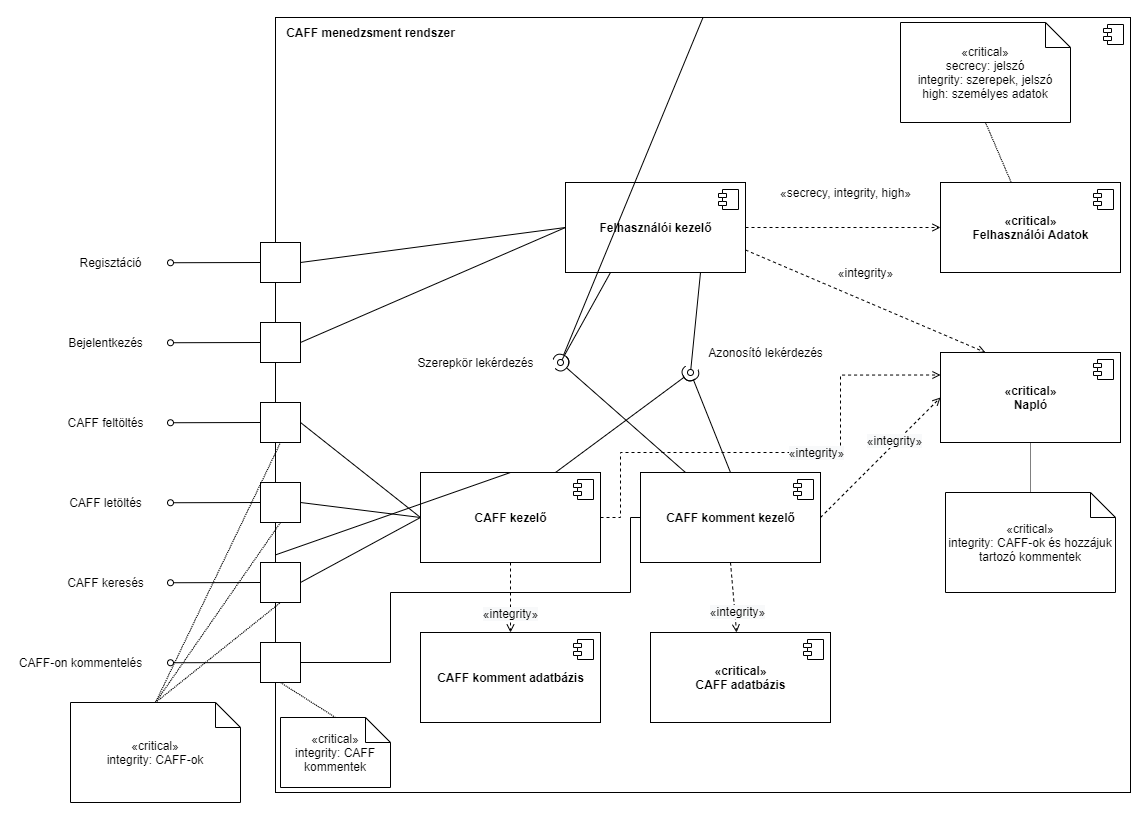
Earlier version of the draw.io export plans/komponensDiagUMLKiterjesztes.drawio.png (zuper1998/SzamBiztHF). Source tidied: cells renumbered, new cells last; positions are measured from the earlier drawing's top-left corner, leaving out a move shared by most shapes.
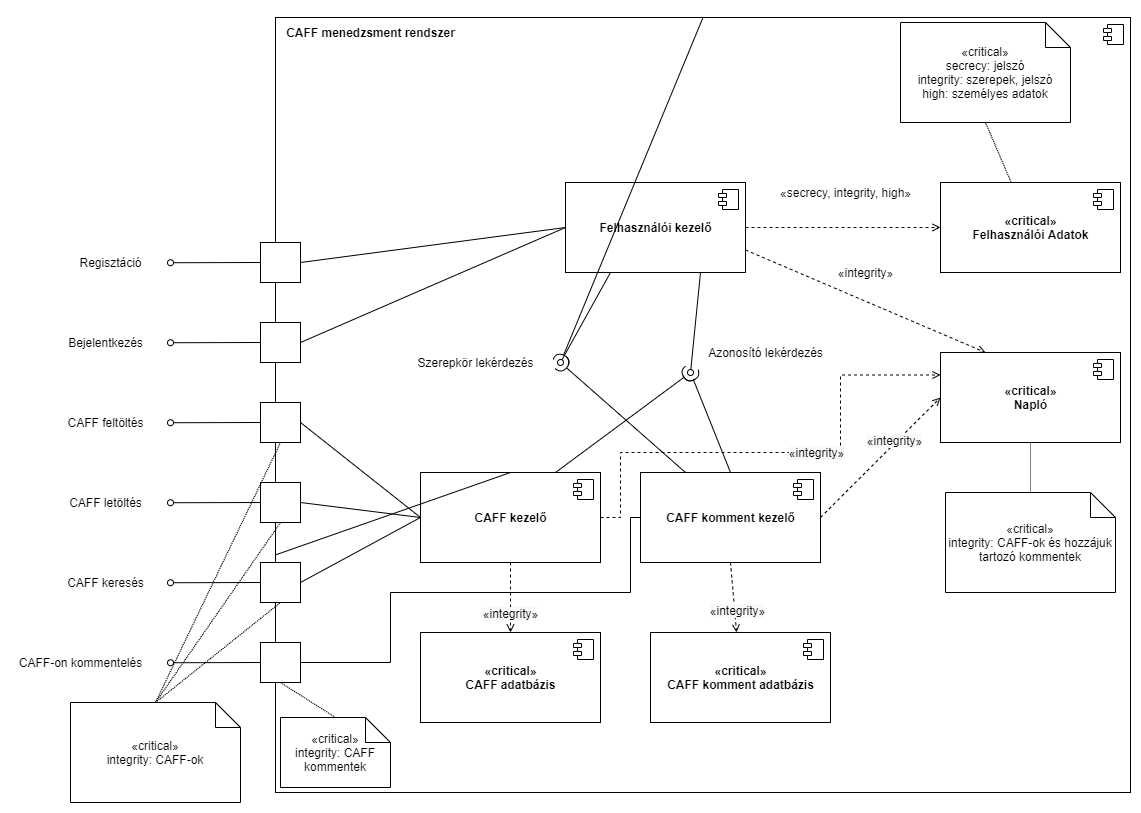
The same diagram one commit later.

What changed in the source:
```diff
@@ -107,7 +107,7 @@
         <mxPoint x="-27" y="7" as="offset" />
       </mxGeometry>
     </mxCell>
-    <mxCell id="28" value="CAFF komment adatbázis" style="html=1;fontStyle=1;" parent="1" vertex="1">
+    <mxCell id="28" value="«critical»&lt;br&gt;CAFF adatbázis" style="html=1;fontStyle=1;" parent="1" vertex="1">
       <mxGeometry x="410" y="615" width="180" height="90" as="geometry" />
     </mxCell>
     <mxCell id="29" style="shape=module;jettyWidth=8;jettyHeight=4;" parent="28" vertex="1">
@@ -115,7 +115,7 @@
         <mxPoint x="-27" y="7" as="offset" />
       </mxGeometry>
     </mxCell>
-    <mxCell id="30" value="«critical»&lt;br&gt;CAFF adatbázis" style="html=1;fontStyle=1;" parent="1" vertex="1">
+    <mxCell id="30" value="«critical»&lt;br&gt;CAFF komment adatbázis" style="html=1;fontStyle=1;" parent="1" vertex="1">
       <mxGeometry x="640" y="615" width="180" height="90" as="geometry" />
     </mxCell>
     <mxCell id="31" style="shape=module;jettyWidth=8;jettyHeight=4;" parent="30" vertex="1">
```
